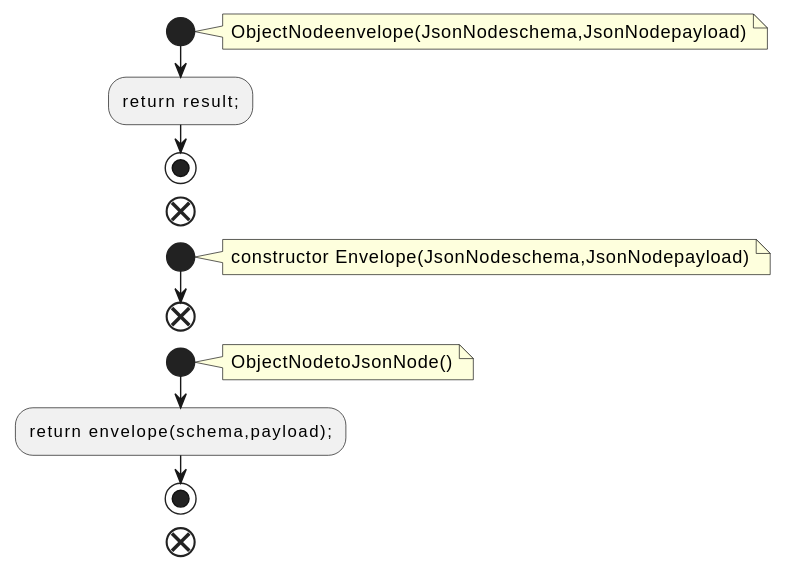
This is docs/qc/connect/json/src/main/java/org/apache/kafka/connect/json/JsonSchema.java.fct.svg from qualitesys/kafka, a PlantUML export, as it was before one commit. Source of this version:
```plantuml
@startuml
!pragma layout smetana
start
note right
ObjectNodeenvelope(JsonNodeschema,JsonNodepayload)
end note
:return result;;
stop
end
start
note right
constructor Envelope(JsonNodeschema,JsonNodepayload)
end note
end
start
note right
ObjectNodetoJsonNode()
end note
:return envelope(schema,payload);;
stop
end
@enduml
```
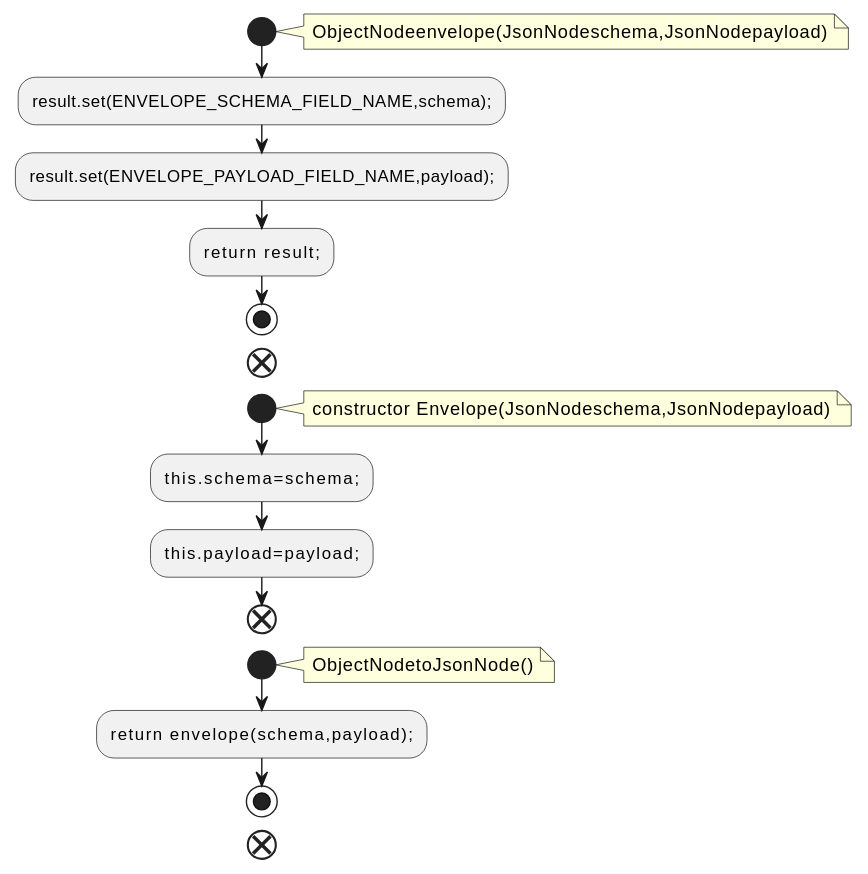
After the commit.

What changed in the source:
```diff
@@ -4,6 +4,8 @@
 note right
 ObjectNodeenvelope(JsonNodeschema,JsonNodepayload)
 end note
+:result.set(ENVELOPE_SCHEMA_FIELD_NAME,schema);;
+:result.set(ENVELOPE_PAYLOAD_FIELD_NAME,payload);;
 :return result;;
 stop
 end
@@ -11,6 +13,8 @@
 note right
 constructor Envelope(JsonNodeschema,JsonNodepayload)
 end note
+:this.schema=schema;;
+:this.payload=payload;;
 end
 start
 note right
```
